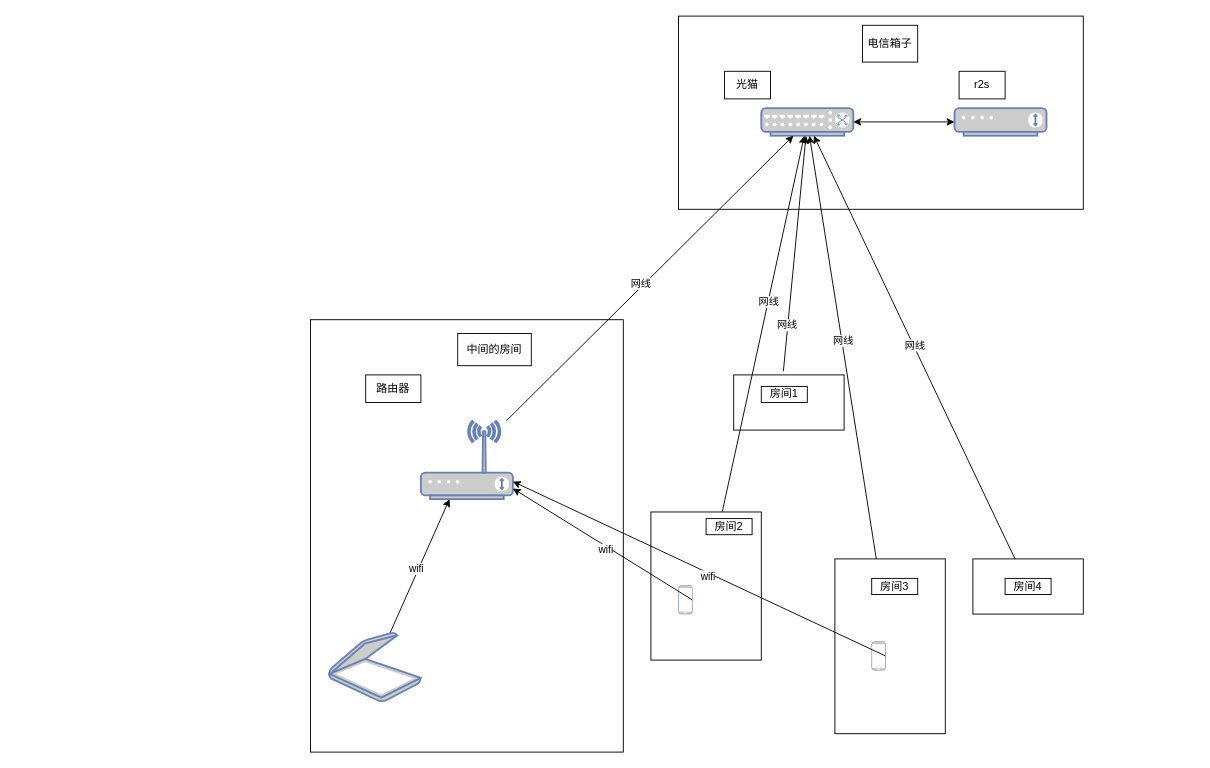
Above: 软路由拓扑.drawio in OopsBiuBoom/Diagrams (draw.io), before the change. Source tidied: cells renumbered, new cells numbered last; positions are measured from the earlier drawing's top-left corner, leaving out a move shared by most shapes. Both pictures are drawn from the tidied source at 92%, with x=0, y=0 at pixel (310, 16).
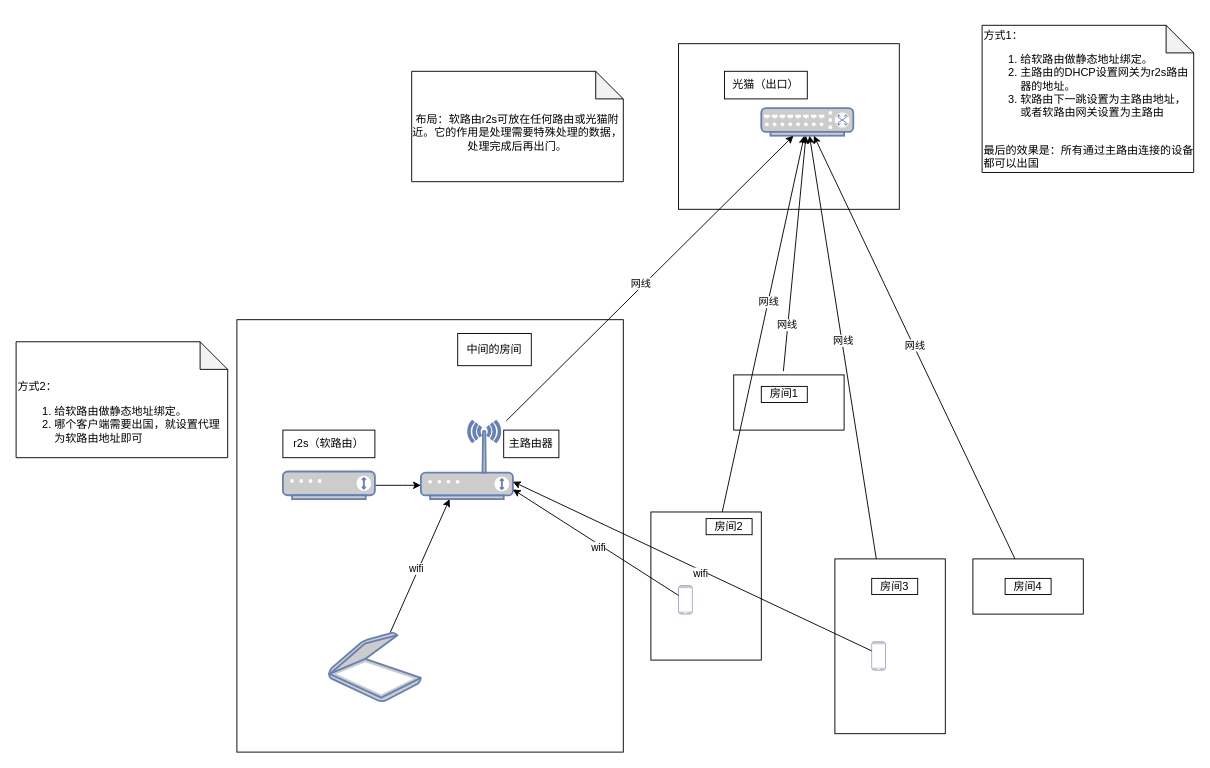
The same diagram, later.

Commit message:
更新软路由拓扑.drawio

Unchanged cells that the change refers to:
```xml
<mxCell id="4" style="fontColor=#0066CC;verticalAlign=top;verticalLabelPosition=bottom;labelPosition=center;align=center;html=1;outlineConnect=0;fillColor=#CCCCCC;strokeColor=#6881B3;gradientColor=none;gradientDirection=north;strokeWidth=2;shape=mxgraph.networks.switch;" parent="1" vertex="1">
  <mxGeometry x="490" y="100" width="100" height="30" as="geometry" />
</mxCell>
<mxCell id="6" style="fontColor=#0066CC;verticalAlign=top;verticalLabelPosition=bottom;labelPosition=center;align=center;html=1;outlineConnect=0;fillColor=#CCCCCC;strokeColor=#6881B3;gradientColor=none;gradientDirection=north;strokeWidth=2;shape=mxgraph.networks.wireless_modem;" parent="1" vertex="1">
  <mxGeometry x="120" y="440" width="100" height="85" as="geometry" />
</mxCell>
<mxCell id="29" style="fontColor=#0066CC;verticalAlign=top;verticalLabelPosition=bottom;labelPosition=center;align=center;html=1;outlineConnect=0;fillColor=#CCCCCC;strokeColor=#6881B3;gradientColor=none;gradientDirection=north;strokeWidth=2;shape=mxgraph.networks.mobile;" parent="1" vertex="1">
  <mxGeometry x="400" y="619" width="15" height="31" as="geometry" />
</mxCell>
<mxCell id="30" style="fontColor=#0066CC;verticalAlign=top;verticalLabelPosition=bottom;labelPosition=center;align=center;html=1;outlineConnect=0;fillColor=#CCCCCC;strokeColor=#6881B3;gradientColor=none;gradientDirection=north;strokeWidth=2;shape=mxgraph.networks.mobile;" parent="1" vertex="1">
  <mxGeometry x="610" y="680" width="15" height="31" as="geometry" />
</mxCell>
```

Diff of the diagram source:
```diff
@@
     <mxCell id="2" style="rounded=0;whiteSpace=wrap;html=1;" parent="1" vertex="1">
-      <mxGeometry x="400" width="440" height="210" as="geometry" />
+      <mxGeometry x="400" y="30" width="240" height="180" as="geometry" />
     </mxCell>
     <mxCell id="3" style="rounded=0;whiteSpace=wrap;html=1;" parent="1" vertex="1">
-      <mxGeometry y="330" width="340" height="470" as="geometry" />
+      <mxGeometry x="-80" y="330" width="420" height="470" as="geometry" />
     </mxCell>
@@
-    <mxCell id="5" value="光猫" style="whiteSpace=wrap;html=1;" parent="1" vertex="1">
-      <mxGeometry x="450" y="60" width="50" height="30" as="geometry" />
+    <mxCell id="5" value="光猫（出口）" style="whiteSpace=wrap;html=1;" parent="1" vertex="1">
+      <mxGeometry x="450" y="60" width="90" height="30" as="geometry" />
     </mxCell>
@@
-    <mxCell id="7" value="路由器" style="whiteSpace=wrap;html=1;" parent="1" vertex="1">
-      <mxGeometry x="60" y="390" width="60" height="30" as="geometry" />
+    <mxCell id="7" value="主路由器" style="whiteSpace=wrap;html=1;" parent="1" vertex="1">
+      <mxGeometry x="210" y="450" width="60" height="30" as="geometry" />
     </mxCell>
@@
-    <mxCell id="9" value="电信箱子" style="rounded=0;whiteSpace=wrap;html=1;" parent="1" vertex="1">
-      <mxGeometry x="600" y="10" width="60" height="40" as="geometry" />
-    </mxCell>
@@
-    <mxCell id="33" style="endArrow=classic;html=1;rounded=0;exitX=1;exitY=0.5;exitDx=0;exitDy=0;exitPerimeter=0;" parent="1" edge="1" source="29" target="6">
+    <mxCell id="33" style="endArrow=classic;html=1;rounded=0;" parent="1" edge="1" source="29" target="6">
       <mxGeometry relative="1" as="geometry" />
     </mxCell>
@@
-    <mxCell id="35" style="endArrow=classic;html=1;rounded=0;exitX=1;exitY=0.5;exitDx=0;exitDy=0;exitPerimeter=0;" parent="1" edge="1" source="30" target="6">
-      <mxGeometry relative="1" as="geometry" />
+    <mxCell id="35" style="endArrow=classic;html=1;rounded=0;" parent="1" edge="1" target="6">
+      <mxGeometry relative="1" as="geometry">
+        <mxPoint x="610" y="690" as="sourcePoint" />
+      </mxGeometry>
     </mxCell>
@@
-    <mxCell id="37" style="fontColor=#0066CC;verticalAlign=top;verticalLabelPosition=bottom;labelPosition=center;align=center;html=1;outlineConnect=0;fillColor=#CCCCCC;strokeColor=#6881B3;gradientColor=none;gradientDirection=north;strokeWidth=2;shape=mxgraph.networks.modem;" parent="1" vertex="1">
-      <mxGeometry x="700" y="100" width="100" height="30" as="geometry" />
-    </mxCell>
-    <mxCell id="38" value="r2s" style="whiteSpace=wrap;html=1;" parent="1" vertex="1">
-      <mxGeometry x="705" y="60" width="50" height="30" as="geometry" />
-    </mxCell>
-    <mxCell id="39" style="endArrow=classic;startArrow=classic;html=1;rounded=0;" parent="1" edge="1" source="4" target="37">
-      <mxGeometry relative="1" as="geometry" />
-    </mxCell>
+    <mxCell id="40" value="布局：软路由r2s可放在任何路由或光猫附近。它的作用是处理需要特殊处理的数据，处理完成后再出门。&lt;br&gt;&lt;br&gt;&lt;div style=&quot;&quot;&gt;&lt;br&gt;&lt;/div&gt;" style="shape=note;whiteSpace=wrap;html=1;backgroundOutline=1;darkOpacity=0.05;align=center;verticalAlign=bottom;spacingTop=0;spacingBottom=0;spacing=2;" parent="1" vertex="1">
+      <mxGeometry x="110" y="60" width="230" height="120" as="geometry" />
+    </mxCell>
+    <mxCell id="41" value="方式1： &lt;br&gt;&lt;ol&gt;&lt;li&gt;给软路由做静态地址绑定。&lt;/li&gt;&lt;li style=&quot;border-color: var(--border-color);&quot;&gt;主路由的DHCP设置网关为r2s路由器的地址。&lt;/li&gt;&lt;li style=&quot;border-color: var(--border-color);&quot;&gt;软路由下一跳设置为主路由地址，或者软路由网关设置为主路由&lt;/li&gt;&lt;/ol&gt;&lt;div&gt;&lt;br&gt;&lt;/div&gt;&lt;div&gt;最后的效果是：所有通过主路由连接的设备都可以出国&lt;/div&gt;" style="shape=note;whiteSpace=wrap;html=1;backgroundOutline=1;darkOpacity=0.05;align=left;verticalAlign=bottom;spacingTop=0;spacingBottom=0;spacing=2;" parent="1" vertex="1">
+      <mxGeometry x="730" y="10" width="230" height="160" as="geometry" />
+    </mxCell>
+    <mxCell id="42" style="edgeStyle=orthogonalEdgeStyle;rounded=0;jettySize=auto;html=1;" parent="1" edge="1" source="43" target="6">
+      <mxGeometry relative="1" as="geometry">
+        <Array as="points">
+          <mxPoint x="100" y="510" />
+          <mxPoint x="100" y="510" />
+        </Array>
+      </mxGeometry>
+    </mxCell>
+    <mxCell id="43" style="fontColor=#0066CC;verticalAlign=top;verticalLabelPosition=bottom;labelPosition=center;align=center;html=1;outlineConnect=0;fillColor=#CCCCCC;strokeColor=#6881B3;gradientColor=none;gradientDirection=north;strokeWidth=2;shape=mxgraph.networks.modem;" parent="1" vertex="1">
+      <mxGeometry x="-30" y="495" width="100" height="30" as="geometry" />
+    </mxCell>
+    <mxCell id="44" value="r2s（软路由）" style="whiteSpace=wrap;html=1;" parent="1" vertex="1">
+      <mxGeometry x="-30" y="450" width="100" height="30" as="geometry" />
+    </mxCell>
+    <mxCell id="45" value="方式2： &lt;br&gt;&lt;ol&gt;&lt;li&gt;给软路由做静态地址绑定。&lt;/li&gt;&lt;li style=&quot;border-color: var(--border-color);&quot;&gt;哪个客户端需要出国，就设置代理为软路由地址即可&lt;/li&gt;&lt;/ol&gt;" style="shape=note;whiteSpace=wrap;html=1;backgroundOutline=1;darkOpacity=0.05;align=left;verticalAlign=bottom;spacingTop=0;spacingBottom=0;spacing=2;" parent="1" vertex="1">
+      <mxGeometry x="-320" y="354" width="230" height="126" as="geometry" />
+    </mxCell>
```
